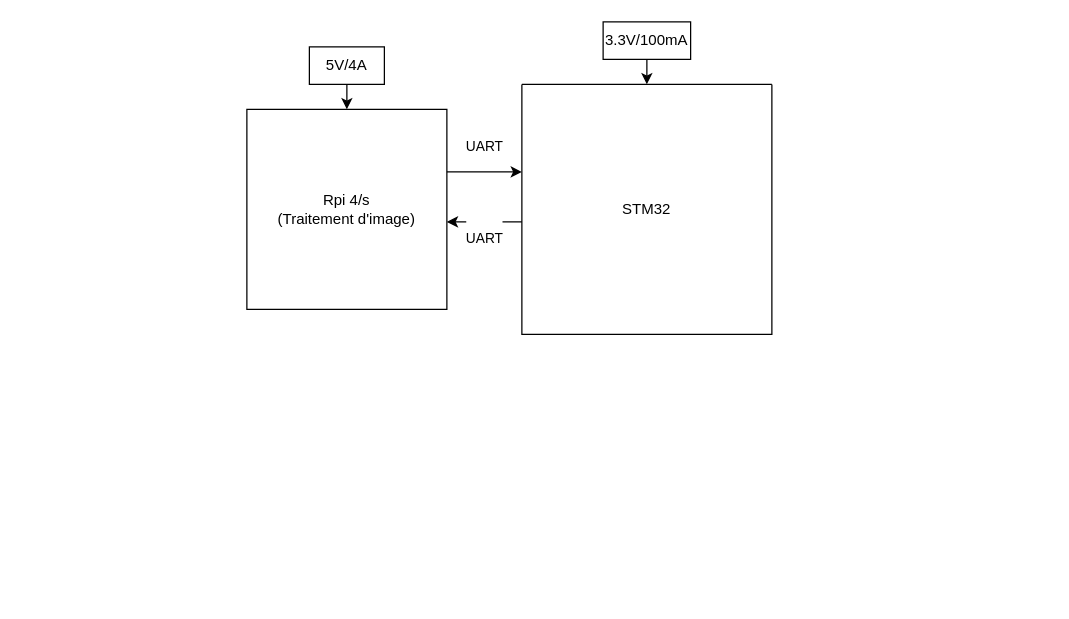
Earlier version of the draw.io diagram 1A/PAMI/PCB/Diagramme sans nom.drawio (AresEnsea/2324_Projet2A_AresCFR). Source tidied: cells renumbered, new cells numbered last; positions are measured from the earlier drawing's top-left corner, leaving out a move shared by most shapes. Both pictures are drawn from the tidied source at 125%, with x=0, y=0 at pixel (246, 21).
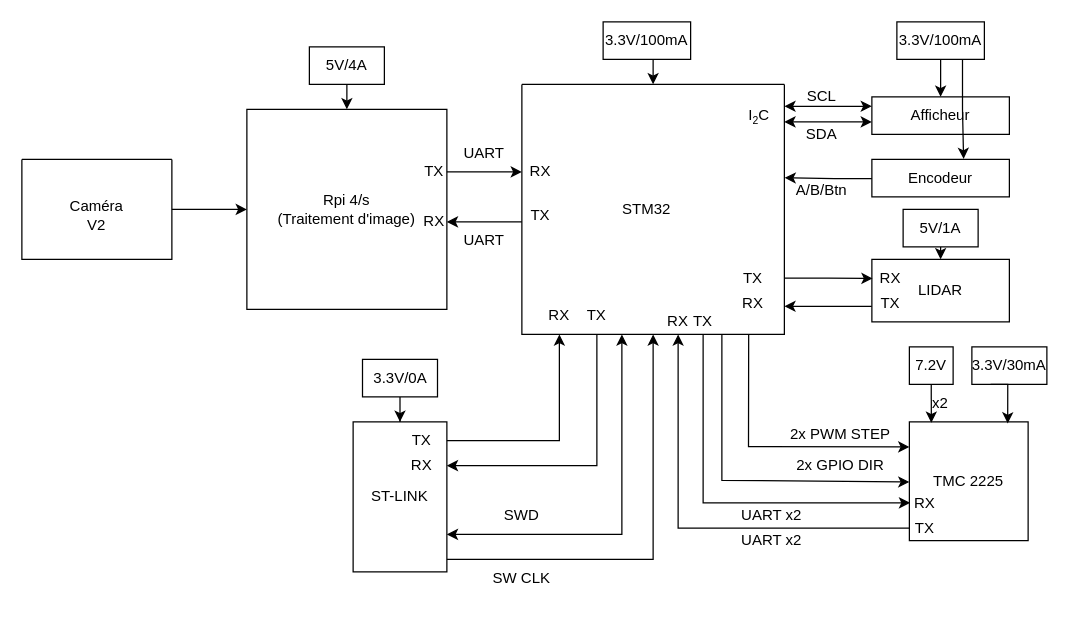
The same page after the edit.

Commit message (it also covers changes not shown here):
Mettre à jour Diagramme sans nom.drawio

Unchanged cells that the change refers to:
```xml
<mxCell id="4" value="Rpi 4/s&lt;div&gt;(Traitement d'image)&lt;/div&gt;" style="whiteSpace=wrap;html=1;" parent="1" vertex="1">
  <mxGeometry y="70" width="160" height="160" as="geometry" />
</mxCell>
```

What changed in the source:
```diff
@@
     <mxCell id="2" style="swimlane;startSize=0;" parent="1" vertex="1">
-      <mxGeometry x="220" y="50" width="200" height="200" as="geometry" />
+      <mxGeometry x="220" y="50" width="210" height="200" as="geometry" />
     </mxCell>
@@
+    <mxCell id="11" value="RX" style="text;strokeColor=none;align=center;fillColor=none;html=1;verticalAlign=middle;whiteSpace=wrap;rounded=0;" parent="2" vertex="1">
+      <mxGeometry x="-15" y="55" width="60" height="30" as="geometry" />
+    </mxCell>
+    <mxCell id="12" value="TX" style="text;strokeColor=none;align=center;fillColor=none;html=1;verticalAlign=middle;whiteSpace=wrap;rounded=0;" parent="2" vertex="1">
+      <mxGeometry x="-15" y="90" width="60" height="30" as="geometry" />
+    </mxCell>
+    <mxCell id="13" value="RX" style="text;strokeColor=none;align=center;fillColor=none;html=1;verticalAlign=middle;whiteSpace=wrap;rounded=0;" parent="2" vertex="1">
+      <mxGeometry y="170" width="60" height="30" as="geometry" />
+    </mxCell>
+    <mxCell id="14" value="TX" style="text;strokeColor=none;align=center;fillColor=none;html=1;verticalAlign=middle;whiteSpace=wrap;rounded=0;" parent="2" vertex="1">
+      <mxGeometry x="30" y="170" width="60" height="30" as="geometry" />
+    </mxCell>
+    <mxCell id="15" value="I&lt;span style=&quot;font-size: 10px;&quot;&gt;&lt;sub&gt;2&lt;/sub&gt;&lt;/span&gt;C" style="text;strokeColor=none;align=center;fillColor=none;html=1;verticalAlign=middle;whiteSpace=wrap;rounded=0;" parent="2" vertex="1">
+      <mxGeometry x="170" y="10" width="40" height="30" as="geometry" />
+    </mxCell>
+    <mxCell id="16" value="RX" style="text;strokeColor=none;align=center;fillColor=none;html=1;verticalAlign=middle;whiteSpace=wrap;rounded=0;" parent="2" vertex="1">
+      <mxGeometry x="160" y="170" width="50" height="10" as="geometry" />
+    </mxCell>
+    <mxCell id="17" value="TX" style="text;strokeColor=none;align=center;fillColor=none;html=1;verticalAlign=middle;whiteSpace=wrap;rounded=0;" parent="2" vertex="1">
+      <mxGeometry x="160" y="150" width="50" height="10" as="geometry" />
+    </mxCell>
+    <mxCell id="18" value="RX" style="text;strokeColor=none;align=center;fillColor=none;html=1;verticalAlign=middle;whiteSpace=wrap;rounded=0;" parent="2" vertex="1">
+      <mxGeometry x="110" y="180" width="30" height="20" as="geometry" />
+    </mxCell>
+    <mxCell id="19" value="TX" style="text;strokeColor=none;align=center;fillColor=none;html=1;verticalAlign=middle;whiteSpace=wrap;rounded=0;" parent="2" vertex="1">
+      <mxGeometry x="130" y="180" width="30" height="20" as="geometry" />
+    </mxCell>
@@
-    <mxCell id="5" value="&#10;&lt;span style=&quot;color: rgb(0, 0, 0); font-family: Helvetica; font-size: 11px; font-style: normal; font-variant-ligatures: normal; font-variant-caps: normal; font-weight: 400; letter-spacing: normal; orphans: 2; text-align: center; text-indent: 0px; text-transform: none; widows: 2; word-spacing: 0px; -webkit-text-stroke-width: 0px; white-space: nowrap; background-color: rgb(255, 255, 255); text-decoration-thickness: initial; text-decoration-style: initial; text-decoration-color: initial; display: inline !important; float: none;&quot;&gt;UART&lt;/span&gt;&#10;&#10;" style="edgeStyle=orthogonalEdgeStyle;rounded=0;orthogonalLoop=1;jettySize=auto;html=1;exitX=0;exitY=0.75;exitDx=0;exitDy=0;" parent="1" edge="1">
+    <mxCell id="5" style="edgeStyle=orthogonalEdgeStyle;rounded=0;orthogonalLoop=1;jettySize=auto;html=1;exitX=0;exitY=0.75;exitDx=0;exitDy=0;" parent="1" edge="1">
       <mxGeometry y="20" relative="1" as="geometry">
         <mxPoint x="220" y="160" as="sourcePoint" />
         <mxPoint x="160" y="160" as="targetPoint" />
         <Array as="points">
           <mxPoint x="210" y="160" />
           <mxPoint x="210" y="160" />
         </Array>
       </mxGeometry>
     </mxCell>
-    <mxCell id="6" value="&lt;p style=&quot;line-height: 100%;&quot;&gt;UART&lt;/p&gt;" style="edgeStyle=orthogonalEdgeStyle;rounded=0;orthogonalLoop=1;jettySize=auto;html=1;" parent="1" edge="1">
-      <mxGeometry x="0.25" y="20" relative="1" as="geometry">
+    <mxCell id="6" style="edgeStyle=orthogonalEdgeStyle;rounded=0;orthogonalLoop=1;jettySize=auto;html=1;" parent="1" edge="1">
+      <mxGeometry x="0.5" y="10" relative="1" as="geometry">
         <mxPoint x="180" y="120" as="sourcePoint" />
         <mxPoint x="220" y="120" as="targetPoint" />
         <Array as="points">
           <mxPoint x="160" y="120.6" />
         </Array>
       </mxGeometry>
     </mxCell>
@@
+    <mxCell id="20" value="RX" style="text;strokeColor=none;align=center;fillColor=none;html=1;verticalAlign=middle;whiteSpace=wrap;rounded=0;" parent="1" vertex="1">
+      <mxGeometry x="120" y="150" width="60" height="20" as="geometry" />
+    </mxCell>
+    <mxCell id="21" value="TX" style="text;strokeColor=none;align=center;fillColor=none;html=1;verticalAlign=middle;whiteSpace=wrap;rounded=0;" parent="1" vertex="1">
+      <mxGeometry x="120" y="110" width="60" height="20" as="geometry" />
+    </mxCell>
+    <mxCell id="22" value="ST-LINK" style="rounded=0;whiteSpace=wrap;html=1;" parent="1" vertex="1">
+      <mxGeometry x="85" y="320" width="75" height="120" as="geometry" />
+    </mxCell>
+    <mxCell id="23" style="edgeStyle=orthogonalEdgeStyle;rounded=0;jettySize=auto;html=1;exitX=0.5;exitY=1;exitDx=0;exitDy=0;" parent="1" edge="1" source="24" target="22">
+      <mxGeometry relative="1" as="geometry" />
+    </mxCell>
+    <mxCell id="24" value="3.3V/0A" style="rounded=0;whiteSpace=wrap;html=1;" parent="1" vertex="1">
+      <mxGeometry x="92.5" y="270" width="60" height="30" as="geometry" />
+    </mxCell>
+    <mxCell id="25" style="edgeStyle=orthogonalEdgeStyle;rounded=0;jettySize=auto;html=1;exitX=1;exitY=0.5;exitDx=0;exitDy=0;entryX=0.5;entryY=1;entryDx=0;entryDy=0;" parent="1" edge="1" source="26" target="13">
+      <mxGeometry relative="1" as="geometry" />
+    </mxCell>
+    <mxCell id="26" value="TX" style="text;strokeColor=none;align=center;fillColor=none;html=1;verticalAlign=middle;whiteSpace=wrap;rounded=0;" parent="1" vertex="1">
+      <mxGeometry x="120" y="320" width="40" height="30" as="geometry" />
+    </mxCell>
+    <mxCell id="27" value="RX" style="text;strokeColor=none;align=center;fillColor=none;html=1;verticalAlign=middle;whiteSpace=wrap;rounded=0;" parent="1" vertex="1">
+      <mxGeometry x="120" y="340" width="40" height="30" as="geometry" />
+    </mxCell>
+    <mxCell id="28" style="edgeStyle=orthogonalEdgeStyle;rounded=0;jettySize=auto;html=1;exitX=0.5;exitY=1;exitDx=0;exitDy=0;entryX=1;entryY=0.5;entryDx=0;entryDy=0;" parent="1" edge="1" source="14" target="27">
+      <mxGeometry relative="1" as="geometry" />
+    </mxCell>
+    <mxCell id="29" style="endArrow=classic;startArrow=classic;html=1;rounded=0;entryX=0.5;entryY=1;entryDx=0;entryDy=0;" parent="1" edge="1">
+      <mxGeometry relative="1" as="geometry">
+        <mxPoint x="160" y="410" as="sourcePoint" />
+        <mxPoint x="300" y="250" as="targetPoint" />
+        <Array as="points">
+          <mxPoint x="300" y="410" />
+        </Array>
+      </mxGeometry>
+    </mxCell>
+    <mxCell id="30" value="SWD" style="text;strokeColor=none;align=center;fillColor=none;html=1;verticalAlign=middle;whiteSpace=wrap;rounded=0;" parent="1" vertex="1">
+      <mxGeometry x="190" y="380" width="60" height="30" as="geometry" />
+    </mxCell>
+    <mxCell id="31" style="endArrow=classic;html=1;rounded=0;entryX=0.5;entryY=1;entryDx=0;entryDy=0;" parent="1" edge="1" target="2">
+      <mxGeometry relative="1" as="geometry">
+        <mxPoint x="160" y="430" as="sourcePoint" />
+        <Array as="points">
+          <mxPoint x="325" y="430" />
+        </Array>
+      </mxGeometry>
+    </mxCell>
+    <mxCell id="32" value="SW CLK" style="text;strokeColor=none;align=center;fillColor=none;html=1;verticalAlign=middle;whiteSpace=wrap;rounded=0;" parent="1" vertex="1">
+      <mxGeometry x="190" y="430" width="60" height="30" as="geometry" />
+    </mxCell>
+    <mxCell id="33" value="Afficheur" style="rounded=0;whiteSpace=wrap;html=1;" parent="1" vertex="1">
+      <mxGeometry x="500" y="60" width="110" height="30" as="geometry" />
+    </mxCell>
+    <mxCell id="34" style="endArrow=classic;startArrow=classic;html=1;rounded=0;entryX=0;entryY=0.25;entryDx=0;entryDy=0;exitX=1;exitY=0.25;exitDx=0;exitDy=0;" parent="1" edge="1" source="15" target="33">
+      <mxGeometry relative="1" as="geometry" />
+    </mxCell>
+    <mxCell id="35" style="endArrow=classic;startArrow=classic;html=1;rounded=0;entryX=0;entryY=0.25;entryDx=0;entryDy=0;exitX=0;exitY=0;exitDx=0;exitDy=0;" parent="1" edge="1" source="37">
+      <mxGeometry relative="1" as="geometry">
+        <mxPoint x="500" y="80" as="targetPoint" />
+      </mxGeometry>
+    </mxCell>
+    <mxCell id="36" value="SCL" style="text;strokeColor=none;align=center;fillColor=none;html=1;verticalAlign=middle;whiteSpace=wrap;rounded=0;" parent="1" vertex="1">
+      <mxGeometry x="430" y="50" width="60" height="20" as="geometry" />
+    </mxCell>
+    <mxCell id="37" value="SDA" style="text;strokeColor=none;align=center;fillColor=none;html=1;verticalAlign=middle;whiteSpace=wrap;rounded=0;" parent="1" vertex="1">
+      <mxGeometry x="430" y="80" width="60" height="20" as="geometry" />
+    </mxCell>
+    <mxCell id="38" value="Encodeur" style="rounded=0;whiteSpace=wrap;html=1;" parent="1" vertex="1">
+      <mxGeometry x="500" y="110" width="110" height="30" as="geometry" />
+    </mxCell>
+    <mxCell id="39" style="edgeStyle=orthogonalEdgeStyle;rounded=0;orthogonalLoop=1;jettySize=auto;html=1;exitX=0;exitY=0.5;exitDx=0;exitDy=0;entryX=1.001;entryY=0.372;entryDx=0;entryDy=0;entryPerimeter=0;" parent="1" edge="1">
+      <mxGeometry relative="1" as="geometry">
+        <mxPoint x="500" y="125.3" as="sourcePoint" />
+        <mxPoint x="430.2" y="124.7" as="targetPoint" />
+        <Array as="points">
+          <mxPoint x="470" y="125" />
+        </Array>
+      </mxGeometry>
+    </mxCell>
+    <mxCell id="40" value="A/B/Btn" style="text;strokeColor=none;align=center;fillColor=none;html=1;verticalAlign=middle;whiteSpace=wrap;rounded=0;" parent="1" vertex="1">
+      <mxGeometry x="430" y="130" width="60" height="10" as="geometry" />
+    </mxCell>
+    <mxCell id="41" style="edgeStyle=orthogonalEdgeStyle;rounded=0;jettySize=auto;html=1;exitX=0;exitY=0.75;exitDx=0;exitDy=0;entryX=1;entryY=0.75;entryDx=0;entryDy=0;" parent="1" edge="1" source="42" target="16">
+      <mxGeometry relative="1" as="geometry" />
+    </mxCell>
+    <mxCell id="42" value="LIDAR" style="rounded=0;whiteSpace=wrap;html=1;" parent="1" vertex="1">
+      <mxGeometry x="500" y="190" width="110" height="50" as="geometry" />
+    </mxCell>
+    <mxCell id="43" style="edgeStyle=orthogonalEdgeStyle;rounded=0;jettySize=auto;html=1;exitX=1;exitY=0.5;exitDx=0;exitDy=0;entryX=0.005;entryY=0.305;entryDx=0;entryDy=0;entryPerimeter=0;" parent="1" edge="1" source="17" target="42">
+      <mxGeometry relative="1" as="geometry" />
+    </mxCell>
+    <mxCell id="44" value="TX" style="text;strokeColor=none;align=center;fillColor=none;html=1;verticalAlign=middle;whiteSpace=wrap;rounded=0;" parent="1" vertex="1">
+      <mxGeometry x="500" y="220" width="30" height="10" as="geometry" />
+    </mxCell>
+    <mxCell id="45" value="RX" style="text;strokeColor=none;align=center;fillColor=none;html=1;verticalAlign=middle;whiteSpace=wrap;rounded=0;" parent="1" vertex="1">
+      <mxGeometry x="500" y="200" width="30" height="10" as="geometry" />
+    </mxCell>
+    <mxCell id="46" style="edgeStyle=orthogonalEdgeStyle;rounded=0;jettySize=auto;html=1;exitX=0.5;exitY=1;exitDx=0;exitDy=0;entryX=0.5;entryY=0;entryDx=0;entryDy=0;" parent="1" edge="1" source="47" target="33">
+      <mxGeometry relative="1" as="geometry" />
+    </mxCell>
+    <mxCell id="47" value="3.3V/100mA" style="rounded=0;whiteSpace=wrap;html=1;" parent="1" vertex="1">
+      <mxGeometry x="520" width="70" height="30" as="geometry" />
+    </mxCell>
+    <mxCell id="48" style="edgeStyle=orthogonalEdgeStyle;rounded=0;jettySize=auto;html=1;exitX=0.75;exitY=1;exitDx=0;exitDy=0;entryX=0.667;entryY=-0.011;entryDx=0;entryDy=0;entryPerimeter=0;" parent="1" edge="1" source="47" target="38">
+      <mxGeometry relative="1" as="geometry" />
+    </mxCell>
+    <mxCell id="49" style="edgeStyle=orthogonalEdgeStyle;rounded=0;jettySize=auto;html=1;exitX=0.5;exitY=1;exitDx=0;exitDy=0;entryX=0.5;entryY=0;entryDx=0;entryDy=0;" parent="1" edge="1" source="50" target="42">
+      <mxGeometry relative="1" as="geometry" />
+    </mxCell>
+    <mxCell id="50" value="5V/1A" style="rounded=0;whiteSpace=wrap;html=1;" parent="1" vertex="1">
+      <mxGeometry x="525" y="150" width="60" height="30" as="geometry" />
+    </mxCell>
+    <mxCell id="51" style="edgeStyle=orthogonalEdgeStyle;rounded=0;jettySize=auto;html=1;exitX=1;exitY=0.5;exitDx=0;exitDy=0;entryX=0;entryY=0.5;entryDx=0;entryDy=0;" parent="1" edge="1" source="52" target="4">
+      <mxGeometry relative="1" as="geometry" />
+    </mxCell>
+    <mxCell id="52" style="swimlane;startSize=0;" parent="1" vertex="1">
+      <mxGeometry x="-180" y="110" width="120" height="80" as="geometry" />
+    </mxCell>
+    <mxCell id="53" value="Caméra V2" style="text;strokeColor=none;align=center;fillColor=none;html=1;verticalAlign=middle;whiteSpace=wrap;rounded=0;" parent="52" vertex="1">
+      <mxGeometry x="30" y="30" width="60" height="30" as="geometry" />
+    </mxCell>
+    <mxCell id="54" value="TMC 2225" style="whiteSpace=wrap;html=1;" parent="1" vertex="1">
+      <mxGeometry x="530" y="320" width="95" height="95" as="geometry" />
+    </mxCell>
+    <mxCell id="55" style="endArrow=classic;html=1;rounded=0;entryX=0;entryY=0.75;entryDx=0;entryDy=0;" parent="1" edge="1">
+      <mxGeometry relative="1" as="geometry">
+        <mxPoint x="380" y="250" as="sourcePoint" />
+        <mxPoint x="530" y="368.1" as="targetPoint" />
+        <Array as="points">
+          <mxPoint x="380" y="366.8" />
+        </Array>
+      </mxGeometry>
+    </mxCell>
+    <mxCell id="56" style="endArrow=classic;html=1;rounded=0;entryX=-0.014;entryY=0.371;entryDx=0;entryDy=0;entryPerimeter=0;exitX=0.864;exitY=1.001;exitDx=0;exitDy=0;exitPerimeter=0;" parent="1" edge="1" source="2">
+      <mxGeometry relative="1" as="geometry">
+        <mxPoint x="530" y="340" as="targetPoint" />
+        <Array as="points">
+          <mxPoint x="401.3" y="339.8" />
+        </Array>
+      </mxGeometry>
+    </mxCell>
+    <mxCell id="57" value="2x PWM STEP" style="text;strokeColor=none;align=center;fillColor=none;html=1;verticalAlign=middle;whiteSpace=wrap;rounded=0;" parent="1" vertex="1">
+      <mxGeometry x="430" y="320" width="90" height="20" as="geometry" />
+    </mxCell>
+    <mxCell id="58" value="2x GPIO DIR" style="text;strokeColor=none;align=center;fillColor=none;html=1;verticalAlign=middle;whiteSpace=wrap;rounded=0;" parent="1" vertex="1">
+      <mxGeometry x="430" y="350" width="90" height="10" as="geometry" />
+    </mxCell>
+    <mxCell id="59" value="7.2V" style="rounded=0;whiteSpace=wrap;html=1;" parent="1" vertex="1">
+      <mxGeometry x="530" y="260" width="35" height="30" as="geometry" />
+    </mxCell>
+    <mxCell id="60" value="3.3V/30mA" style="rounded=0;whiteSpace=wrap;html=1;" parent="1" vertex="1">
+      <mxGeometry x="580" y="260" width="60" height="30" as="geometry" />
+    </mxCell>
+    <mxCell id="61" style="edgeStyle=orthogonalEdgeStyle;rounded=0;jettySize=auto;html=1;exitX=0.5;exitY=1;exitDx=0;exitDy=0;entryX=0.185;entryY=0.008;entryDx=0;entryDy=0;entryPerimeter=0;" parent="1" edge="1" source="59" target="54">
+      <mxGeometry relative="1" as="geometry" />
+    </mxCell>
+    <mxCell id="62" style="edgeStyle=orthogonalEdgeStyle;rounded=0;jettySize=auto;html=1;exitX=0.25;exitY=1;exitDx=0;exitDy=0;entryX=0.828;entryY=0.013;entryDx=0;entryDy=0;entryPerimeter=0;" parent="1" edge="1" source="60" target="54">
+      <mxGeometry relative="1" as="geometry" />
+    </mxCell>
+    <mxCell id="63" value="x2" style="text;strokeColor=none;align=center;fillColor=none;html=1;verticalAlign=middle;whiteSpace=wrap;rounded=0;" parent="1" vertex="1">
+      <mxGeometry x="550" y="300" width="10" height="10" as="geometry" />
+    </mxCell>
+    <mxCell id="64" value="UART" style="text;strokeColor=none;align=center;fillColor=none;html=1;verticalAlign=middle;whiteSpace=wrap;rounded=0;" parent="1" vertex="1">
+      <mxGeometry x="160" y="160" width="60" height="30" as="geometry" />
+    </mxCell>
+    <mxCell id="65" value="UART" style="text;strokeColor=none;align=center;fillColor=none;html=1;verticalAlign=middle;whiteSpace=wrap;rounded=0;" parent="1" vertex="1">
+      <mxGeometry x="160" y="90" width="60" height="30" as="geometry" />
+    </mxCell>
+    <mxCell id="66" value="RX" style="text;strokeColor=none;align=center;fillColor=none;html=1;verticalAlign=middle;whiteSpace=wrap;rounded=0;" parent="1" vertex="1">
+      <mxGeometry x="530" y="380" width="25" height="10" as="geometry" />
+    </mxCell>
+    <mxCell id="67" style="edgeStyle=orthogonalEdgeStyle;rounded=0;jettySize=auto;html=1;exitX=0;exitY=0.5;exitDx=0;exitDy=0;entryX=0.5;entryY=1;entryDx=0;entryDy=0;" parent="1" edge="1" source="68" target="18">
+      <mxGeometry relative="1" as="geometry" />
+    </mxCell>
+    <mxCell id="68" value="TX" style="text;strokeColor=none;align=center;fillColor=none;html=1;verticalAlign=middle;whiteSpace=wrap;rounded=0;" parent="1" vertex="1">
+      <mxGeometry x="530" y="400" width="25" height="10" as="geometry" />
+    </mxCell>
+    <mxCell id="69" style="edgeStyle=orthogonalEdgeStyle;rounded=0;jettySize=auto;html=1;exitX=0.5;exitY=1;exitDx=0;exitDy=0;entryX=0.006;entryY=0.682;entryDx=0;entryDy=0;entryPerimeter=0;" parent="1" edge="1" source="19" target="54">
+      <mxGeometry relative="1" as="geometry" />
+    </mxCell>
+    <mxCell id="70" value="UART x2" style="text;strokeColor=none;align=center;fillColor=none;html=1;verticalAlign=middle;whiteSpace=wrap;rounded=0;" parent="1" vertex="1">
+      <mxGeometry x="390" y="410" width="60" height="10" as="geometry" />
+    </mxCell>
+    <mxCell id="71" value="UART x2" style="text;strokeColor=none;align=center;fillColor=none;html=1;verticalAlign=middle;whiteSpace=wrap;rounded=0;" parent="1" vertex="1">
+      <mxGeometry x="390" y="390" width="60" height="10" as="geometry" />
+    </mxCell>
```
